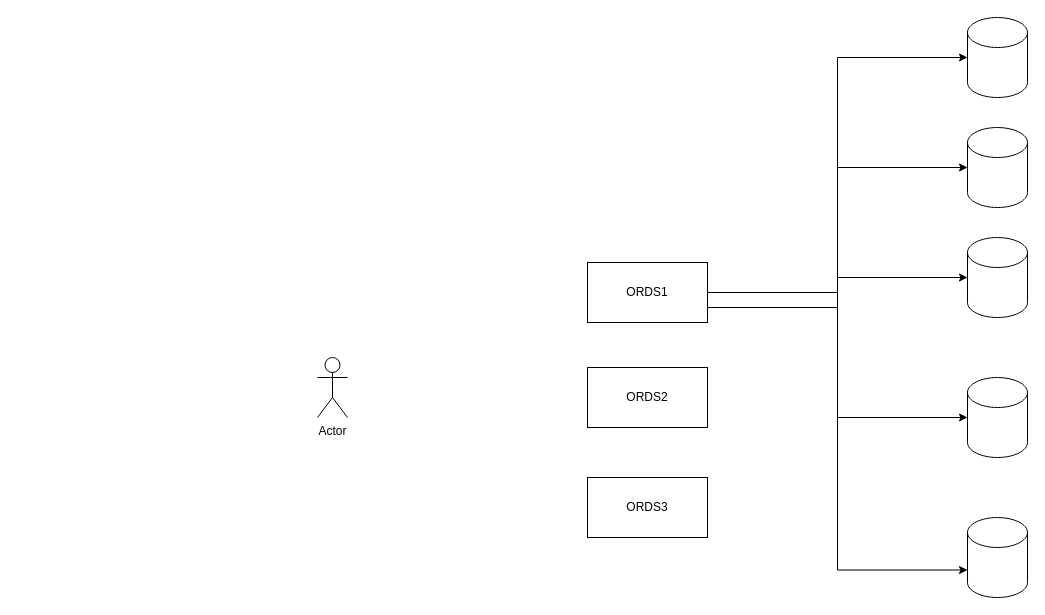
Before: Azure/Untitled Diagram.drawio in sheemat/draw, a draw.io diagram. Source tidied: cells renumbered, new cells numbered last; positions are measured from the earlier drawing's top-left corner, leaving out a move shared by most shapes. Both pictures are drawn from the tidied source at 100%, with x=0, y=0 at pixel (317, 17).
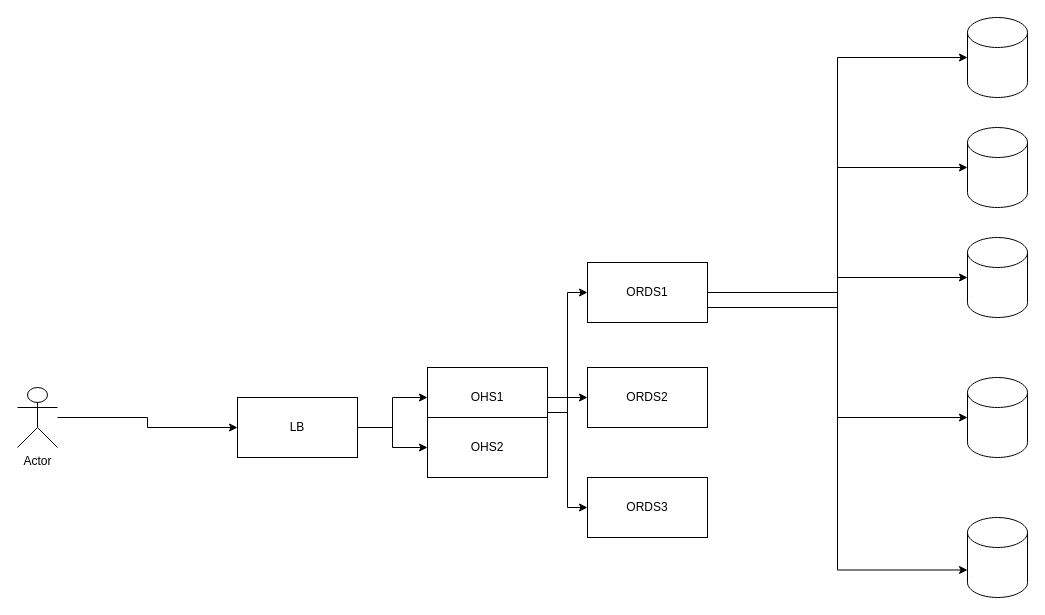
Above is the later version.

Unchanged cells that the change refers to:
```xml
<mxCell id="6" value="ORDS1" style="rounded=0;whiteSpace=wrap;html=1;" parent="1" vertex="1">
  <mxGeometry x="270" y="245" width="120" height="60" as="geometry" />
</mxCell>
<mxCell id="7" value="ORDS2" style="rounded=0;whiteSpace=wrap;html=1;" parent="1" vertex="1">
  <mxGeometry x="270" y="350" width="120" height="60" as="geometry" />
</mxCell>
<mxCell id="8" value="ORDS3" style="rounded=0;whiteSpace=wrap;html=1;" parent="1" vertex="1">
  <mxGeometry x="270" y="460" width="120" height="60" as="geometry" />
</mxCell>
```

What changed in the source:
```diff
@@
+    <mxCell id="16" style="edgeStyle=orthogonalEdgeStyle;rounded=0;jettySize=auto;html=1;entryX=0;entryY=0.5;entryDx=0;entryDy=0;" parent="1" edge="1" source="9" target="24">
+      <mxGeometry relative="1" as="geometry" />
+    </mxCell>
     <mxCell id="9" value="Actor" style="shape=umlActor;verticalLabelPosition=bottom;verticalAlign=top;html=1;outlineConnect=0;" parent="1" vertex="1">
-      <mxGeometry y="340" width="30" height="60" as="geometry" />
+      <mxGeometry x="-300" y="370" width="40" height="60" as="geometry" />
     </mxCell>
@@
+    <mxCell id="17" style="edgeStyle=orthogonalEdgeStyle;rounded=0;jettySize=auto;html=1;entryX=0;entryY=0.5;entryDx=0;entryDy=0;" parent="1" edge="1" source="20" target="6">
+      <mxGeometry relative="1" as="geometry" />
+    </mxCell>
+    <mxCell id="18" style="edgeStyle=orthogonalEdgeStyle;rounded=0;jettySize=auto;html=1;exitX=1;exitY=0.75;exitDx=0;exitDy=0;entryX=0;entryY=0.5;entryDx=0;entryDy=0;" parent="1" edge="1" source="20" target="7">
+      <mxGeometry relative="1" as="geometry" />
+    </mxCell>
+    <mxCell id="19" style="edgeStyle=orthogonalEdgeStyle;rounded=0;jettySize=auto;html=1;entryX=0;entryY=0.5;entryDx=0;entryDy=0;" parent="1" edge="1" source="20" target="8">
+      <mxGeometry relative="1" as="geometry" />
+    </mxCell>
+    <mxCell id="20" value="OHS1" style="rounded=0;whiteSpace=wrap;html=1;" parent="1" vertex="1">
+      <mxGeometry x="110" y="350" width="120" height="60" as="geometry" />
+    </mxCell>
+    <mxCell id="21" value="OHS2" style="rounded=0;whiteSpace=wrap;html=1;" parent="1" vertex="1">
+      <mxGeometry x="110" y="400" width="120" height="60" as="geometry" />
+    </mxCell>
+    <mxCell id="22" style="edgeStyle=orthogonalEdgeStyle;rounded=0;jettySize=auto;html=1;entryX=0;entryY=0.5;entryDx=0;entryDy=0;" parent="1" edge="1" source="24" target="20">
+      <mxGeometry relative="1" as="geometry" />
+    </mxCell>
+    <mxCell id="23" style="edgeStyle=orthogonalEdgeStyle;rounded=0;jettySize=auto;html=1;" parent="1" edge="1" source="24" target="21">
+      <mxGeometry relative="1" as="geometry" />
+    </mxCell>
+    <mxCell id="24" value="LB" style="rounded=0;whiteSpace=wrap;html=1;" parent="1" vertex="1">
+      <mxGeometry x="-80" y="380" width="120" height="60" as="geometry" />
+    </mxCell>
```
